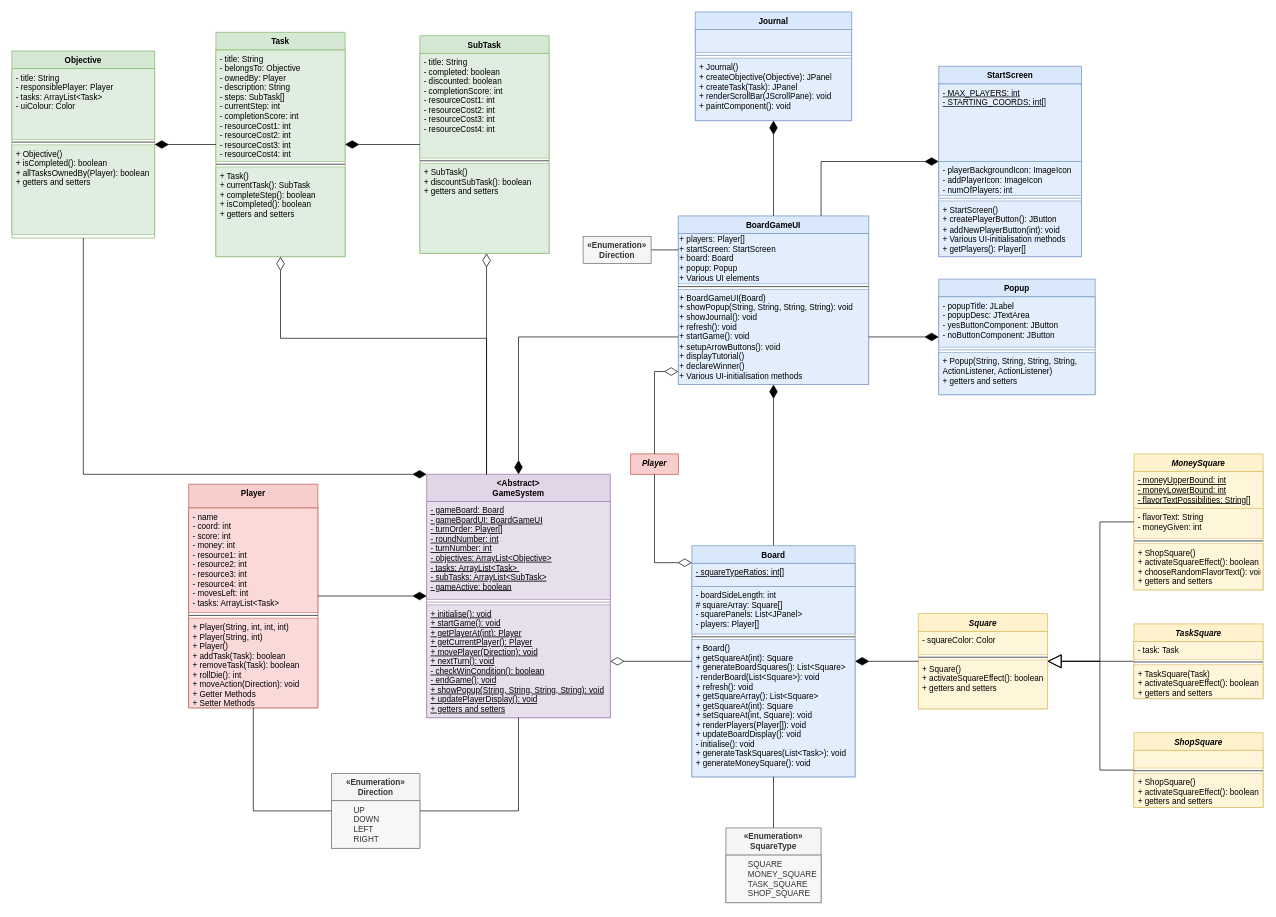
Xelodico/engineers-without-borders keeps this draw.io diagram as Deliverables/Semester 2/UML_Class_Diagram.drawio. Above is the earlier version. Source tidied: cells renumbered, new cells numbered last; positions are measured from the earlier drawing's top-left corner, leaving out a move shared by most shapes. Both pictures are drawn from the tidied source at 68%, with x=0, y=0 at pixel (12, 12).
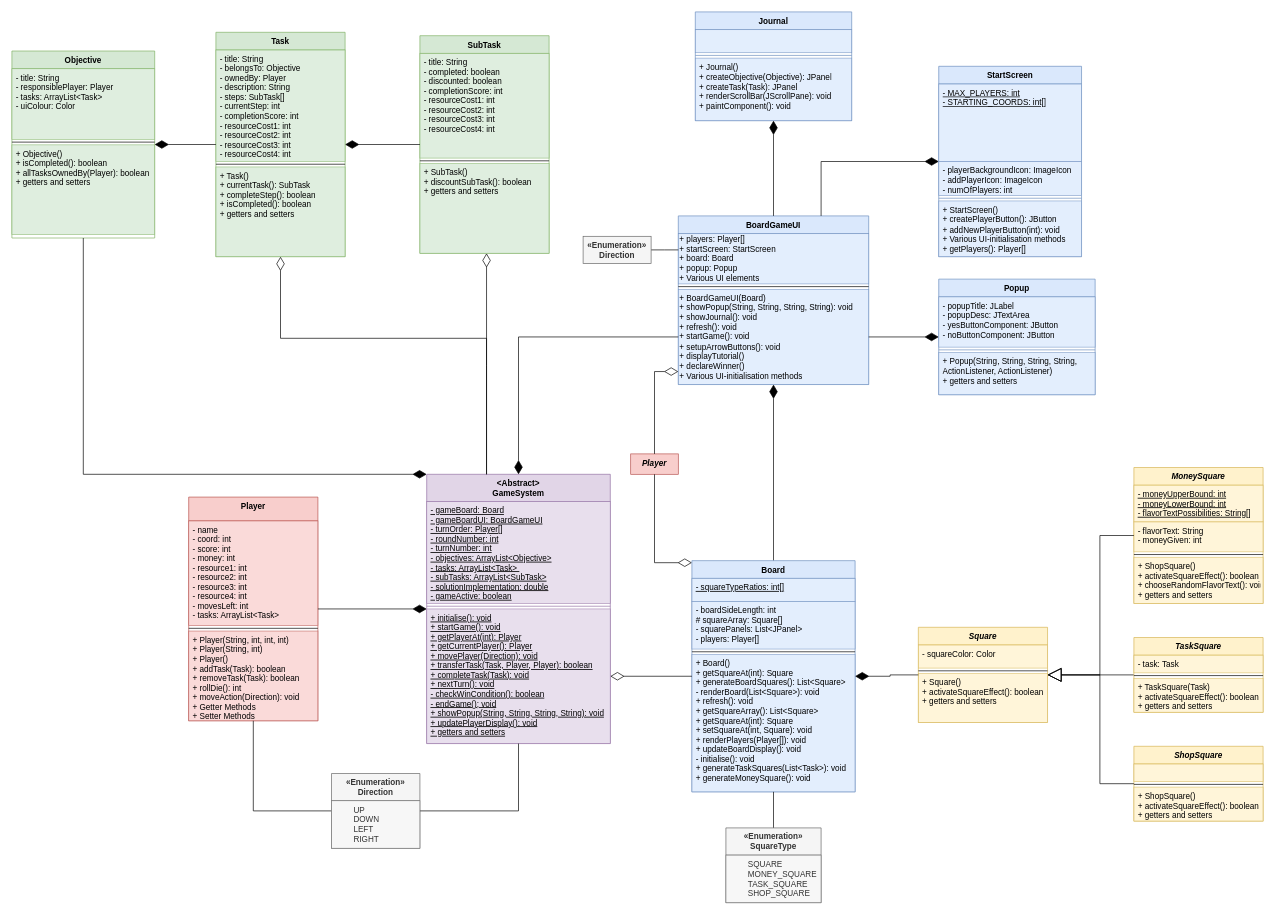
The same diagram, later.

Commit message:
Added additional methods to the GameSystem

What changed in the source:
```diff
@@
     <mxCell id="2" value="Square" style="swimlane;fontStyle=3;align=center;verticalAlign=top;horizontal=1;startSize=26;rounded=0;shadow=0;strokeWidth=1;fillColor=#fff2cc;strokeColor=#d6b656;" parent="1" vertex="1">
-      <mxGeometry x="1333" y="885" width="190" height="140" as="geometry" />
+      <mxGeometry x="1333" y="905" width="190" height="140" as="geometry" />
     </mxCell>
@@
     <mxCell id="7" value="Board" style="swimlane;fontStyle=1;align=center;verticalAlign=top;horizontal=1;startSize=26;rounded=0;shadow=0;strokeWidth=1;fillColor=#dae8fc;strokeColor=#6c8ebf;" parent="1" vertex="1">
-      <mxGeometry x="1000" y="785" width="240" height="340" as="geometry" />
+      <mxGeometry x="1000" y="807" width="240" height="340" as="geometry" />
     </mxCell>
@@
     <mxCell id="12" value="Player" style="swimlane;fontStyle=1;align=center;verticalAlign=top;horizontal=1;startSize=35;rounded=0;shadow=0;strokeWidth=1;fillColor=#f8cecc;strokeColor=#b85450;" parent="1" vertex="1">
-      <mxGeometry x="260" y="694.5" width="190" height="329" as="geometry" />
+      <mxGeometry x="260" y="713.5" width="190" height="329" as="geometry" />
     </mxCell>
@@
     <mxCell id="16" value="&lt;Abstract&gt;&#10;GameSystem" style="swimlane;fontStyle=1;align=center;verticalAlign=top;horizontal=1;startSize=40;rounded=0;shadow=0;strokeWidth=1;fillColor=#e1d5e7;strokeColor=#9673a6;" parent="1" vertex="1">
-      <mxGeometry x="610" y="680" width="270" height="358" as="geometry" />
+      <mxGeometry x="610" y="680" width="270" height="396" as="geometry" />
     </mxCell>
-    <mxCell id="17" value="- gameBoard: Board&#10;- gameBoardUI: BoardGameUI&#10;- turnOrder: Player[]&#10;- roundNumber: int&#10;- turnNumber: int&#10;- objectives: ArrayList&lt;Objective&gt;&#10;- tasks: ArrayList&lt;Task&gt; &#10;- subTasks: ArrayList&lt;SubTask&gt;&#10;- gameActive: boolean&#10;" style="text;align=left;verticalAlign=top;spacingLeft=4;spacingRight=4;overflow=hidden;rounded=0;shadow=0;html=0;fontStyle=4;fillColor=#e1d5e7;strokeColor=#9673a6;opacity=75;" parent="16" vertex="1">
-      <mxGeometry y="40" width="270" height="144" as="geometry" />
+    <mxCell id="17" value="- gameBoard: Board&#10;- gameBoardUI: BoardGameUI&#10;- turnOrder: Player[]&#10;- roundNumber: int&#10;- turnNumber: int&#10;- objectives: ArrayList&lt;Objective&gt;&#10;- tasks: ArrayList&lt;Task&gt; &#10;- subTasks: ArrayList&lt;SubTask&gt;&#10;- solutionImplementation: double&#10;- gameActive: boolean&#10;" style="text;align=left;verticalAlign=top;spacingLeft=4;spacingRight=4;overflow=hidden;rounded=0;shadow=0;html=0;fontStyle=4;fillColor=#e1d5e7;strokeColor=#9673a6;opacity=75;" parent="16" vertex="1">
+      <mxGeometry y="40" width="270" height="150" as="geometry" />
     </mxCell>
     <mxCell id="18" style="line;html=1;strokeWidth=1;align=left;verticalAlign=middle;spacingTop=-1;spacingLeft=3;spacingRight=3;labelPosition=right;fillColor=default;strokeColor=#9673a6;fillStyle=auto;" parent="16" vertex="1">
-      <mxGeometry y="184" width="270" height="8" as="geometry" />
+      <mxGeometry y="190" width="270" height="8" as="geometry" />
     </mxCell>
-    <mxCell id="19" value="+ initialise(): void&#10;+ startGame(): void&#10;+ getPlayerAt(int): Player&#10;+ getCurrentPlayer(): Player&#10;+ movePlayer(Direction): void&#10;+ nextTurn(): void&#10;- checkWinCondition(): boolean&#10;- endGame(); void&#10;+ showPopup(String, String, String, String): void&#10;+ updatePlayerDisplay(): void&#10;+ getters and setters&#10;&#10;" style="text;align=left;verticalAlign=top;spacingLeft=4;spacingRight=4;overflow=hidden;points=[[0,0.5],[1,0.5]];portConstraint=eastwest;fontStyle=4;fillColor=#e1d5e7;strokeColor=#9673a6;opacity=75;" parent="16" vertex="1">
-      <mxGeometry y="192" width="270" height="166" as="geometry" />
+    <mxCell id="19" value="+ initialise(): void&#10;+ startGame(): void&#10;+ getPlayerAt(int): Player&#10;+ getCurrentPlayer(): Player&#10;+ movePlayer(Direction): void&#10;+ transferTask(Task, Player, Player): boolean&#10;+ completeTask(Task): void&#10;+ nextTurn(): void&#10;- checkWinCondition(): boolean&#10;- endGame(); void&#10;+ showPopup(String, String, String, String): void&#10;+ updatePlayerDisplay(): void&#10;+ getters and setters&#10;&#10;" style="text;align=left;verticalAlign=top;spacingLeft=4;spacingRight=4;overflow=hidden;points=[[0,0.5],[1,0.5]];portConstraint=eastwest;fontStyle=4;fillColor=#e1d5e7;strokeColor=#9673a6;opacity=75;" parent="16" vertex="1">
+      <mxGeometry y="198" width="270" height="198" as="geometry" />
     </mxCell>
@@
     <mxCell id="38" value="TaskSquare" style="swimlane;fontStyle=3;align=center;verticalAlign=top;horizontal=1;startSize=26;rounded=0;shadow=0;strokeWidth=1;fillColor=#fff2cc;strokeColor=#d6b656;" parent="1" vertex="1">
-      <mxGeometry x="1650" y="900" width="190" height="110" as="geometry" />
+      <mxGeometry x="1650" y="920" width="190" height="110" as="geometry" />
     </mxCell>
@@
     <mxCell id="42" value="ShopSquare" style="swimlane;fontStyle=3;align=center;verticalAlign=top;horizontal=1;startSize=26;rounded=0;shadow=0;strokeWidth=1;fillColor=#fff2cc;strokeColor=#d6b656;" parent="1" vertex="1">
-      <mxGeometry x="1650" y="1060" width="190" height="110" as="geometry" />
+      <mxGeometry x="1650" y="1080" width="190" height="110" as="geometry" />
     </mxCell>
@@
     <mxCell id="46" value="MoneySquare" style="swimlane;fontStyle=3;align=center;verticalAlign=top;horizontal=1;startSize=26;rounded=0;shadow=0;strokeWidth=1;fillColor=#fff2cc;strokeColor=#d6b656;" parent="1" vertex="1">
-      <mxGeometry x="1650" y="650" width="190" height="200" as="geometry" />
+      <mxGeometry x="1650" y="670" width="190" height="200" as="geometry" />
     </mxCell>
@@
     <mxCell id="82" style="edgeStyle=orthogonalEdgeStyle;rounded=0;jettySize=auto;html=1;endSize=18;startSize=18;endArrow=block;endFill=0;" parent="1" edge="1" source="46" target="2">
       <mxGeometry relative="1" as="geometry">
         <Array as="points">
-          <mxPoint x="1600" y="750" />
-          <mxPoint x="1600" y="955" />
+          <mxPoint x="1600" y="770" />
+          <mxPoint x="1600" y="975" />
         </Array>
       </mxGeometry>
     </mxCell>
     <mxCell id="83" style="edgeStyle=orthogonalEdgeStyle;rounded=0;jettySize=auto;html=1;endSize=18;startSize=18;endArrow=block;endFill=0;" parent="1" edge="1" source="42" target="2">
       <mxGeometry relative="1" as="geometry">
         <Array as="points">
-          <mxPoint x="1600" y="1115" />
-          <mxPoint x="1600" y="955" />
+          <mxPoint x="1600" y="1135" />
+          <mxPoint x="1600" y="975" />
         </Array>
       </mxGeometry>
     </mxCell>
```
